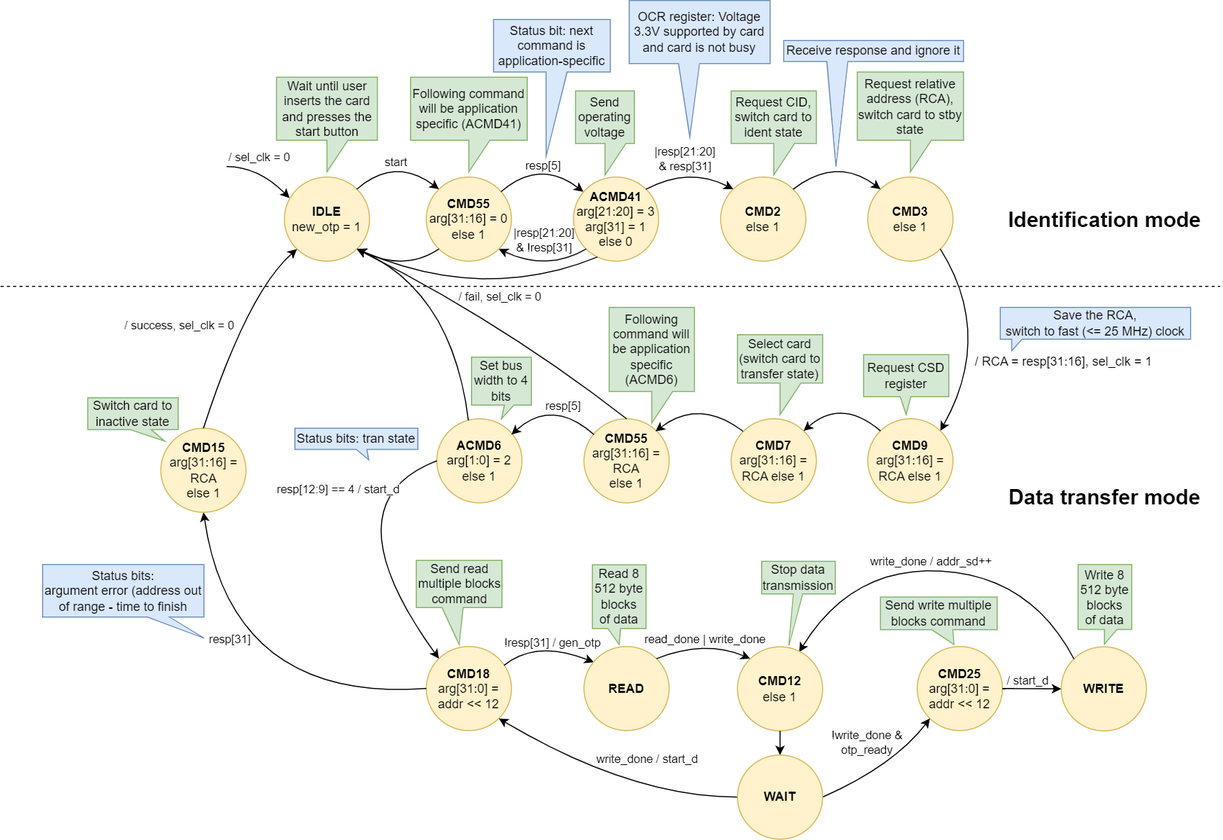
Earlier version of the draw.io export docs/SD/SD_fpga_states.png (sirazenkov/GhostSD). Source tidied: cells renumbered, new cells last; positions are measured from the earlier drawing's top-left corner, leaving out a move shared by most shapes.
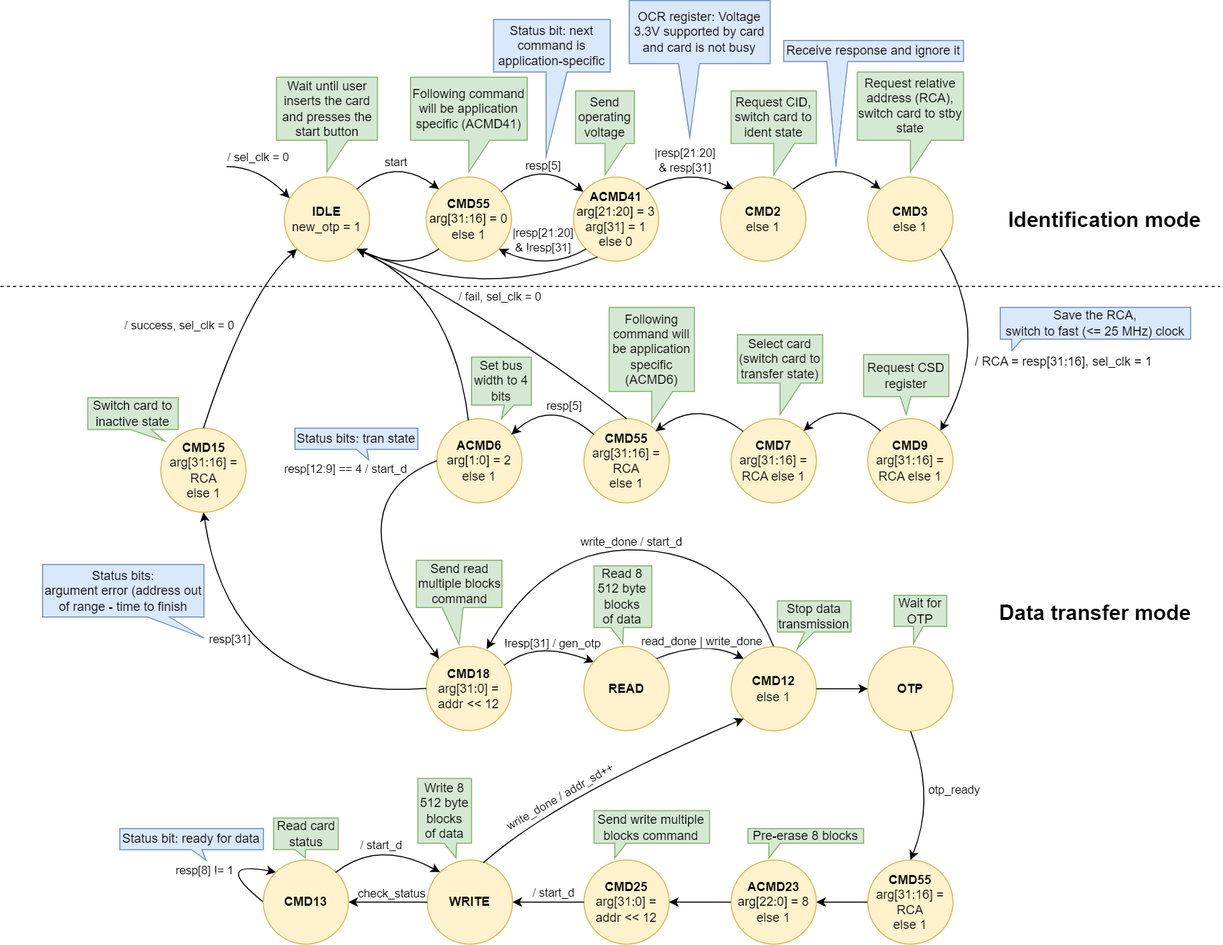
After the change.

Commit message:
Added pre-erase and check status commands on SD FSM diagram

What changed in the source:
```diff
@@ -141,7 +141,7 @@
       </mxGeometry>
     </mxCell>
     <mxCell id="28" value="&lt;b&gt;CMD25&lt;/b&gt;&lt;br&gt;arg[31:0] = addr &amp;lt;&amp;lt; 12" style="ellipse;whiteSpace=wrap;html=1;fillColor=#fff2cc;strokeColor=#d6b656;" parent="1" vertex="1">
-      <mxGeometry x="872" y="614.7" width="81" height="80" as="geometry" />
+      <mxGeometry x="555" y="818" width="81" height="80" as="geometry" />
     </mxCell>
     <mxCell id="29" style="curved=1;endArrow=classic;html=1;rounded=0;entryX=0;entryY=0;entryDx=0;entryDy=0;exitX=0.913;exitY=0.223;exitDx=0;exitDy=0;exitPerimeter=0;" parent="1" edge="1" source="25">
       <mxGeometry relative="1" as="geometry">
@@ -156,16 +156,17 @@
         <mxPoint x="17" y="-8" as="offset" />
       </mxGeometry>
     </mxCell>
-    <mxCell id="31" style="curved=1;endArrow=classic;html=1;rounded=0;entryX=1;entryY=1;entryDx=0;entryDy=0;exitX=0;exitY=0.5;exitDx=0;exitDy=0;" parent="1" edge="1" source="81" target="25">
+    <mxCell id="31" style="curved=1;endArrow=classic;html=1;rounded=0;entryX=0.71;entryY=0.03;entryDx=0;entryDy=0;exitX=0.5;exitY=0;exitDx=0;exitDy=0;entryPerimeter=0;" parent="1" edge="1" source="80" target="25">
       <mxGeometry relative="1" as="geometry">
         <Array as="points">
-          <mxPoint x="600" y="758" />
+          <mxPoint x="700" y="528" />
+          <mxPoint x="520" y="518" />
         </Array>
       </mxGeometry>
     </mxCell>
     <mxCell id="32" value="write_done / start_d" style="edgeLabel;html=1;align=center;verticalAlign=middle;" parent="31" vertex="1">
       <mxGeometry x="-0.22" y="13" relative="1" as="geometry">
-        <mxPoint x="10" y="-50" as="offset" />
+        <mxPoint x="-43" y="-24" as="offset" />
       </mxGeometry>
     </mxCell>
     <mxCell id="33" style="curved=1;endArrow=classic;html=1;rounded=0;exitX=0;exitY=0.5;exitDx=0;exitDy=0;entryX=0.5;entryY=1;entryDx=0;entryDy=0;" parent="1" edge="1" source="25" target="35">
@@ -230,8 +231,8 @@
     <mxCell id="44" value="Send read multiple blocks command" style="shape=callout;whiteSpace=wrap;html=1;perimeter=calloutPerimeter;fillColor=#d5e8d4;strokeColor=#82b366;size=35;position=0.3;" parent="1" vertex="1">
       <mxGeometry x="395.5" y="532.7" width="81.5" height="80" as="geometry" />
     </mxCell>
-    <mxCell id="45" value="Send write multiple blocks command" style="shape=callout;whiteSpace=wrap;html=1;perimeter=calloutPerimeter;fillColor=#d5e8d4;strokeColor=#82b366;size=14;position=0.44;position2=0.63;" parent="1" vertex="1">
-      <mxGeometry x="837" y="567.7" width="111" height="45" as="geometry" />
+    <mxCell id="45" value="Send write multiple blocks command" style="shape=callout;whiteSpace=wrap;html=1;perimeter=calloutPerimeter;fillColor=#d5e8d4;strokeColor=#82b366;size=14;position=0.18;position2=0.18;base=11;" parent="1" vertex="1">
+      <mxGeometry x="564.5" y="771" width="110" height="45" as="geometry" />
     </mxCell>
     <mxCell id="46" value="Switch card to inactive state" style="shape=callout;whiteSpace=wrap;html=1;perimeter=calloutPerimeter;fillColor=#d5e8d4;strokeColor=#82b366;position2=0.85;base=20;size=11;position=0.47;" parent="1" vertex="1">
       <mxGeometry x="83" y="378" width="86" height="41.2" as="geometry" />
@@ -261,7 +262,7 @@
       <mxGeometry x="955" y="193" width="191" height="30" as="geometry" />
     </mxCell>
     <mxCell id="54" value="&lt;font style=&quot;font-size: 20px;&quot;&gt;&lt;b&gt;Data transfer mode&lt;/b&gt;&lt;/font&gt;" style="text;html=1;strokeColor=none;fillColor=none;align=center;verticalAlign=middle;whiteSpace=wrap;rounded=0;labelBackgroundColor=none;" parent="1" vertex="1">
-      <mxGeometry x="955" y="457" width="191" height="30" as="geometry" />
+      <mxGeometry x="946" y="567" width="191" height="30" as="geometry" />
     </mxCell>
     <mxCell id="55" value="Request CSD register" style="shape=callout;whiteSpace=wrap;html=1;perimeter=calloutPerimeter;fillColor=#d5e8d4;strokeColor=#82b366;size=17;position=0.43;base=10;" parent="1" vertex="1">
       <mxGeometry x="821" y="337" width="81" height="57" as="geometry" />
@@ -285,17 +286,16 @@
       <mxGeometry x="40" y="536.7" width="153.5" height="70" as="geometry" />
     </mxCell>
     <mxCell id="62" value="Read 8 512 byte&lt;br&gt;&amp;nbsp;blocks&amp;nbsp; of data" style="shape=callout;whiteSpace=wrap;html=1;perimeter=calloutPerimeter;fillColor=#d5e8d4;strokeColor=#82b366;size=15;position=0.29;base=12;" parent="1" vertex="1">
-      <mxGeometry x="563" y="537" width="51" height="75.7" as="geometry" />
+      <mxGeometry x="564.5" y="538" width="55" height="73.7" as="geometry" />
     </mxCell>
     <mxCell id="63" value="&lt;b&gt;READ&lt;/b&gt;" style="ellipse;whiteSpace=wrap;html=1;fillColor=#fff2cc;strokeColor=#d6b656;" parent="1" vertex="1">
       <mxGeometry x="555" y="614.7" width="81" height="80" as="geometry" />
     </mxCell>
     <mxCell id="64" value="&lt;b&gt;WRITE&lt;/b&gt;" style="ellipse;whiteSpace=wrap;html=1;fillColor=#fff2cc;strokeColor=#d6b656;" parent="1" vertex="1">
-      <mxGeometry x="1009" y="615" width="81" height="80" as="geometry" />
+      <mxGeometry x="406" y="818" width="81" height="80" as="geometry" />
     </mxCell>
-    <mxCell id="65" style="curved=1;endArrow=classic;html=1;rounded=0;entryX=0;entryY=0;entryDx=0;entryDy=0;exitX=1;exitY=0;exitDx=0;exitDy=0;" parent="1" edge="1" source="63">
+    <mxCell id="65" style="curved=1;endArrow=classic;html=1;rounded=0;entryX=0;entryY=0;entryDx=0;entryDy=0;exitX=1;exitY=0;exitDx=0;exitDy=0;" parent="1" edge="1" source="63" target="80">
       <mxGeometry relative="1" as="geometry">
-        <mxPoint x="713" y="626.3" as="targetPoint" />
         <Array as="points">
           <mxPoint x="670" y="608" />
         </Array>
@@ -306,12 +306,12 @@
         <mxPoint y="-8" as="offset" />
       </mxGeometry>
     </mxCell>
-    <mxCell id="67" style="curved=1;endArrow=classic;html=1;rounded=0;entryX=0;entryY=0.5;entryDx=0;entryDy=0;exitX=1;exitY=0.5;exitDx=0;exitDy=0;" parent="1" edge="1" source="28" target="64">
+    <mxCell id="67" style="curved=1;endArrow=classic;html=1;rounded=0;entryX=1;entryY=0.5;entryDx=0;entryDy=0;exitX=0;exitY=0.5;exitDx=0;exitDy=0;" parent="1" edge="1" source="28" target="64">
       <mxGeometry relative="1" as="geometry" />
     </mxCell>
     <mxCell id="68" value="/ start_d" style="edgeLabel;html=1;align=center;verticalAlign=middle;" parent="67" vertex="1">
       <mxGeometry x="0.14" y="-10" relative="1" as="geometry">
-        <mxPoint x="-9" y="-19" as="offset" />
+        <mxPoint x="9" as="offset" />
       </mxGeometry>
     </mxCell>
     <mxCell id="69" style="curved=1;endArrow=classic;html=1;rounded=0;entryX=1;entryY=1;entryDx=0;entryDy=0;exitX=0;exitY=1;exitDx=0;exitDy=0;" parent="1" edge="1" source="8" target="3">
@@ -339,46 +339,103 @@
     <mxCell id="73" value="Select card&lt;br&gt;(switch card to transfer state)" style="shape=callout;whiteSpace=wrap;html=1;perimeter=calloutPerimeter;fillColor=#d5e8d4;strokeColor=#82b366;" parent="1" vertex="1">
       <mxGeometry x="701" y="318" width="81" height="76" as="geometry" />
     </mxCell>
-    <mxCell id="74" style="curved=1;endArrow=none;html=1;rounded=0;exitX=0;exitY=1;exitDx=0;exitDy=0;entryX=1;entryY=0.5;entryDx=0;entryDy=0;startArrow=classic;startFill=1;endFill=0;" parent="1" edge="1" source="28" target="81">
+    <mxCell id="74" style="curved=1;endArrow=none;html=1;rounded=0;entryX=0.5;entryY=1;entryDx=0;entryDy=0;startArrow=classic;startFill=1;endFill=0;exitX=0.5;exitY=0;exitDx=0;exitDy=0;" parent="1" edge="1" source="89" target="81">
       <mxGeometry relative="1" as="geometry">
         <Array as="points">
-          <mxPoint x="850" y="728" />
+          <mxPoint x="890" y="758" />
         </Array>
       </mxGeometry>
     </mxCell>
-    <mxCell id="75" value="!write_done&amp;nbsp;&amp;amp; &lt;br&gt;otp_ready" style="edgeLabel;html=1;align=center;verticalAlign=middle;labelBackgroundColor=none;" parent="74" vertex="1">
+    <mxCell id="75" value="otp_ready" style="edgeLabel;html=1;align=center;verticalAlign=middle;labelBackgroundColor=none;" parent="74" vertex="1">
       <mxGeometry x="-0.33" y="2" relative="1" as="geometry">
-        <mxPoint x="-36" y="-14" as="offset" />
+        <mxPoint x="26" y="-26" as="offset" />
       </mxGeometry>
     </mxCell>
-    <mxCell id="76" style="curved=1;endArrow=classic;html=1;rounded=0;entryX=0.724;entryY=0.066;entryDx=0;entryDy=0;exitX=0;exitY=0;exitDx=0;exitDy=0;entryPerimeter=0;" parent="1" edge="1" source="64">
+    <mxCell id="76" style="curved=1;endArrow=classic;html=1;rounded=0;exitX=0.657;exitY=0.032;exitDx=0;exitDy=0;entryX=0;entryY=1;entryDx=0;entryDy=0;exitPerimeter=0;" parent="1" edge="1" source="64" target="80">
       <mxGeometry relative="1" as="geometry">
-        <mxPoint x="759.6" y="620" as="targetPoint" />
         <Array as="points">
-          <mxPoint x="980" y="548" />
-          <mxPoint x="810" y="538" />
+          <mxPoint x="530" y="758" />
         </Array>
       </mxGeometry>
     </mxCell>
-    <mxCell id="77" value="write_done / addr_sd++" style="edgeLabel;html=1;align=center;verticalAlign=middle;" parent="76" vertex="1">
+    <mxCell id="77" value="write_done / addr_sd++" style="edgeLabel;html=1;align=center;verticalAlign=middle;rotation=-30;" parent="76" vertex="1">
       <mxGeometry x="0.14" y="-10" relative="1" as="geometry">
-        <mxPoint x="17" y="2" as="offset" />
+        <mxPoint x="-66" y="17" as="offset" />
       </mxGeometry>
     </mxCell>
-    <mxCell id="78" value="Stop data transmission" style="shape=callout;whiteSpace=wrap;html=1;perimeter=calloutPerimeter;fillColor=#d5e8d4;strokeColor=#82b366;size=49;position=0.43;position2=0.37;base=9;" parent="1" vertex="1">
-      <mxGeometry x="724" y="533.7" width="70" height="80" as="geometry" />
+    <mxCell id="78" value="Stop data transmission" style="shape=callout;whiteSpace=wrap;html=1;perimeter=calloutPerimeter;fillColor=#d5e8d4;strokeColor=#82b366;size=16;position=0.37;position2=0.27;base=9;" parent="1" vertex="1">
+      <mxGeometry x="739" y="571.3" width="70" height="45.7" as="geometry" />
     </mxCell>
-    <mxCell id="79" value="Write 8 512 byte&lt;br&gt;&amp;nbsp;blocks&amp;nbsp; of data" style="shape=callout;whiteSpace=wrap;html=1;perimeter=calloutPerimeter;fillColor=#d5e8d4;strokeColor=#82b366;size=14;position=0.49;base=12;position2=0.49;" parent="1" vertex="1">
-      <mxGeometry x="1025" y="536.7" width="51" height="75.7" as="geometry" />
+    <mxCell id="79" value="Write 8 512 byte&lt;br&gt;&amp;nbsp;blocks&amp;nbsp; of data" style="shape=callout;whiteSpace=wrap;html=1;perimeter=calloutPerimeter;fillColor=#d5e8d4;strokeColor=#82b366;size=14;position=0.49;base=12;position2=0.71;" parent="1" vertex="1">
+      <mxGeometry x="397" y="740.3" width="51" height="75.7" as="geometry" />
     </mxCell>
     <mxCell id="80" value="&lt;b&gt;CMD12&lt;/b&gt;&lt;br&gt;else 1" style="ellipse;whiteSpace=wrap;html=1;fillColor=#fff2cc;strokeColor=#d6b656;" parent="1" vertex="1">
-      <mxGeometry x="701" y="615" width="81" height="80" as="geometry" />
+      <mxGeometry x="695" y="615" width="81" height="80" as="geometry" />
     </mxCell>
-    <mxCell id="81" value="&lt;b&gt;WAIT&lt;/b&gt;" style="ellipse;whiteSpace=wrap;html=1;fillColor=#fff2cc;strokeColor=#d6b656;" parent="1" vertex="1">
-      <mxGeometry x="701" y="718" width="81" height="80" as="geometry" />
+    <mxCell id="81" value="&lt;b&gt;OTP&lt;/b&gt;" style="ellipse;whiteSpace=wrap;html=1;fillColor=#fff2cc;strokeColor=#d6b656;" parent="1" vertex="1">
+      <mxGeometry x="825" y="615" width="81" height="80" as="geometry" />
     </mxCell>
+    <mxCell id="83" style="curved=1;endArrow=none;html=1;rounded=0;entryX=0;entryY=0.5;entryDx=0;entryDy=0;startArrow=classic;startFill=1;endFill=0;exitX=1;exitY=0.5;exitDx=0;exitDy=0;" parent="1" edge="1" source="87" target="64">
+      <mxGeometry relative="1" as="geometry" />
+    </mxCell>
+    <mxCell id="84" value="check_status" style="edgeLabel;html=1;align=center;verticalAlign=middle;labelBackgroundColor=none;" parent="83" vertex="1">
+      <mxGeometry x="-0.33" y="2" relative="1" as="geometry">
+        <mxPoint x="16" y="-7" as="offset" />
+      </mxGeometry>
+    </mxCell>
+    <mxCell id="85" style="curved=1;endArrow=none;html=1;rounded=0;startArrow=classic;startFill=1;endFill=0;exitX=0;exitY=0;exitDx=0;exitDy=0;entryX=0;entryY=0.5;entryDx=0;entryDy=0;" parent="1" edge="1" source="87" target="87">
+      <mxGeometry relative="1" as="geometry">
+        <Array as="points">
+          <mxPoint x="200" y="818" />
+        </Array>
+      </mxGeometry>
+    </mxCell>
+    <mxCell id="86" value="resp[8] != 1" style="edgeLabel;html=1;align=center;verticalAlign=middle;labelBackgroundColor=none;" parent="85" vertex="1">
+      <mxGeometry x="-0.33" y="2" relative="1" as="geometry">
+        <mxPoint x="-26" y="4" as="offset" />
+      </mxGeometry>
+    </mxCell>
-    <mxCell id="82" style="edgeStyle=orthogonalEdgeStyle;rounded=0;jettySize=auto;html=1;entryX=0.5;entryY=0;entryDx=0;entryDy=0;" parent="1" edge="1" source="80" target="81">
+    <mxCell id="82" style="curved=1;endArrow=classic;html=1;rounded=0;exitX=1;exitY=0.5;exitDx=0;exitDy=0;entryX=0;entryY=0.5;entryDx=0;entryDy=0;" parent="1" edge="1" source="80" target="81">
       <mxGeometry relative="1" as="geometry" />
     </mxCell>
+    <mxCell id="87" value="&lt;b&gt;CMD13&lt;/b&gt;" style="ellipse;whiteSpace=wrap;html=1;fillColor=#fff2cc;strokeColor=#d6b656;" parent="1" vertex="1">
+      <mxGeometry x="250" y="818" width="81" height="80" as="geometry" />
+    </mxCell>
+    <mxCell id="88" style="edgeStyle=orthogonalEdgeStyle;rounded=0;jettySize=auto;html=1;" parent="1" edge="1" source="89" target="91">
+      <mxGeometry relative="1" as="geometry" />
+    </mxCell>
+    <mxCell id="89" value="&lt;b&gt;CMD55&lt;/b&gt;&lt;br&gt;arg[31:16] = RCA&lt;br&gt;else 1" style="ellipse;whiteSpace=wrap;html=1;fillColor=#fff2cc;strokeColor=#d6b656;" parent="1" vertex="1">
+      <mxGeometry x="825" y="818" width="81" height="80" as="geometry" />
+    </mxCell>
+    <mxCell id="90" style="edgeStyle=orthogonalEdgeStyle;rounded=0;jettySize=auto;html=1;entryX=1;entryY=0.5;entryDx=0;entryDy=0;" parent="1" edge="1" source="91" target="28">
+      <mxGeometry relative="1" as="geometry" />
+    </mxCell>
+    <mxCell id="91" value="&lt;b&gt;ACMD23&lt;/b&gt;&lt;br&gt;arg[22:0] = 8&lt;br&gt;else 1" style="ellipse;whiteSpace=wrap;html=1;fillColor=#fff2cc;strokeColor=#d6b656;" parent="1" vertex="1">
+      <mxGeometry x="695" y="818" width="81" height="80" as="geometry" />
+    </mxCell>
+    <mxCell id="92" value="Pre-erase 8 blocks" style="shape=callout;whiteSpace=wrap;html=1;perimeter=calloutPerimeter;fillColor=#d5e8d4;strokeColor=#82b366;size=14;position=0.18;position2=0.18;base=11;" parent="1" vertex="1">
+      <mxGeometry x="711" y="788" width="110" height="28" as="geometry" />
+    </mxCell>
+    <mxCell id="93" style="curved=1;endArrow=none;html=1;rounded=0;startArrow=classic;startFill=1;endFill=0;exitX=0;exitY=0;exitDx=0;exitDy=0;entryX=1;entryY=0;entryDx=0;entryDy=0;" parent="1" edge="1" source="64" target="87">
+      <mxGeometry relative="1" as="geometry">
+        <Array as="points">
+          <mxPoint x="360" y="798" />
+        </Array>
+      </mxGeometry>
+    </mxCell>
+    <mxCell id="94" value="/ start_d" style="edgeLabel;html=1;align=center;verticalAlign=middle;" parent="93" vertex="1">
+      <mxGeometry x="-0.01" y="11" relative="1" as="geometry">
+        <mxPoint y="-8" as="offset" />
+      </mxGeometry>
+    </mxCell>
+    <mxCell id="95" value="Status bit: ready for data" style="shape=callout;whiteSpace=wrap;html=1;perimeter=calloutPerimeter;fillColor=#dae8fc;strokeColor=#6c8ebf;size=10;position=0.5;position2=0.6;base=10;" parent="1" vertex="1">
+      <mxGeometry x="113.5" y="788" width="136.5" height="30.1" as="geometry" />
+    </mxCell>
+    <mxCell id="96" value="Read card status" style="shape=callout;whiteSpace=wrap;html=1;perimeter=calloutPerimeter;fillColor=#d5e8d4;strokeColor=#82b366;size=8;position=0.33;position2=0.49;base=10;" parent="1" vertex="1">
+      <mxGeometry x="259.8" y="778" width="61.5" height="38" as="geometry" />
+    </mxCell>
+    <mxCell id="97" value="Wait for OTP" style="shape=callout;whiteSpace=wrap;html=1;perimeter=calloutPerimeter;fillColor=#d5e8d4;strokeColor=#82b366;size=16;position=0.37;position2=0.37;base=9;" parent="1" vertex="1">
+      <mxGeometry x="850" y="566" width="50" height="45.7" as="geometry" />
+    </mxCell>
   </root>
 </mxGraphModel>
```
